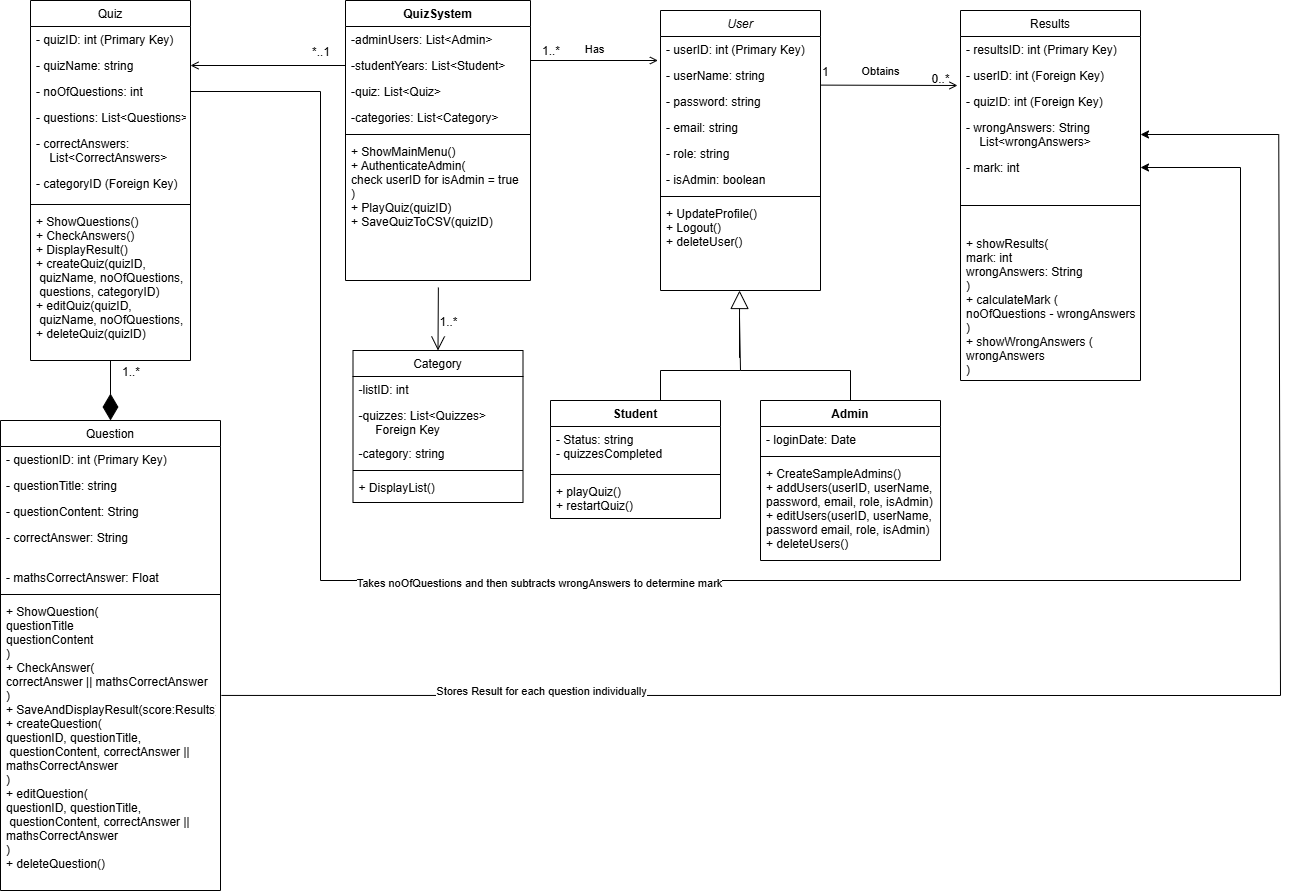
The draw.io diagram OOP UML Class Diagram.drawio.png in AaronOkane/OOP, before a commit. Source tidied: cells renumbered, new cells last; positions are measured from the earlier drawing's top-left corner, leaving out a move shared by most shapes.
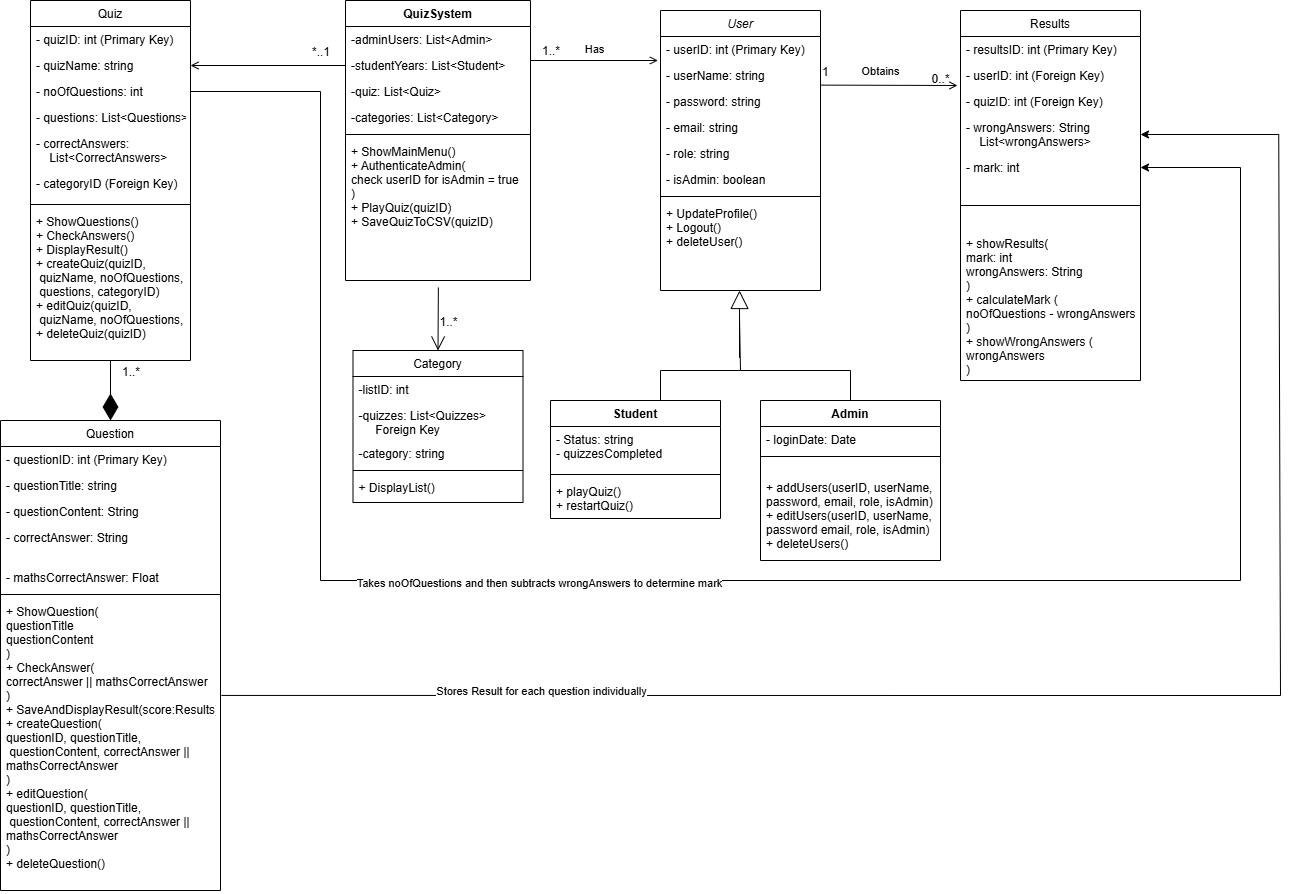
The same diagram one commit later.

Diff of the diagram source:
```diff
@@ -82,7 +82,7 @@
     <mxCell id="26" style="line;html=1;strokeWidth=1;align=left;verticalAlign=middle;spacingTop=-1;spacingLeft=3;spacingRight=3;labelPosition=right;" parent="24" vertex="1">
       <mxGeometry y="52" width="180" height="8" as="geometry" />
     </mxCell>
-    <mxCell id="27" value="+ CreateSampleAdmins()&#10;+ addUsers(userID, userName, &#10;password, email, role, isAdmin)&#10;+ editUsers(userID, userName, &#10;password email, role, isAdmin)&#10;+ deleteUsers()" style="text;align=left;verticalAlign=top;spacingLeft=4;spacingRight=4;overflow=hidden;" parent="24" vertex="1">
+    <mxCell id="27" value="&#10;+ addUsers(userID, userName, &#10;password, email, role, isAdmin)&#10;+ editUsers(userID, userName, &#10;password email, role, isAdmin)&#10;+ deleteUsers()" style="text;align=left;verticalAlign=top;spacingLeft=4;spacingRight=4;overflow=hidden;" parent="24" vertex="1">
       <mxGeometry y="60" width="180" height="100" as="geometry" />
     </mxCell>
     <mxCell id="28" value="&amp;nbsp;" style="endArrow=block;endSize=16;endFill=0;html=1;rounded=0;entryX=0.494;entryY=1.062;entryDx=0;entryDy=0;entryPerimeter=0;exitX=0.5;exitY=0;exitDx=0;exitDy=0;" parent="1" edge="1">
```
